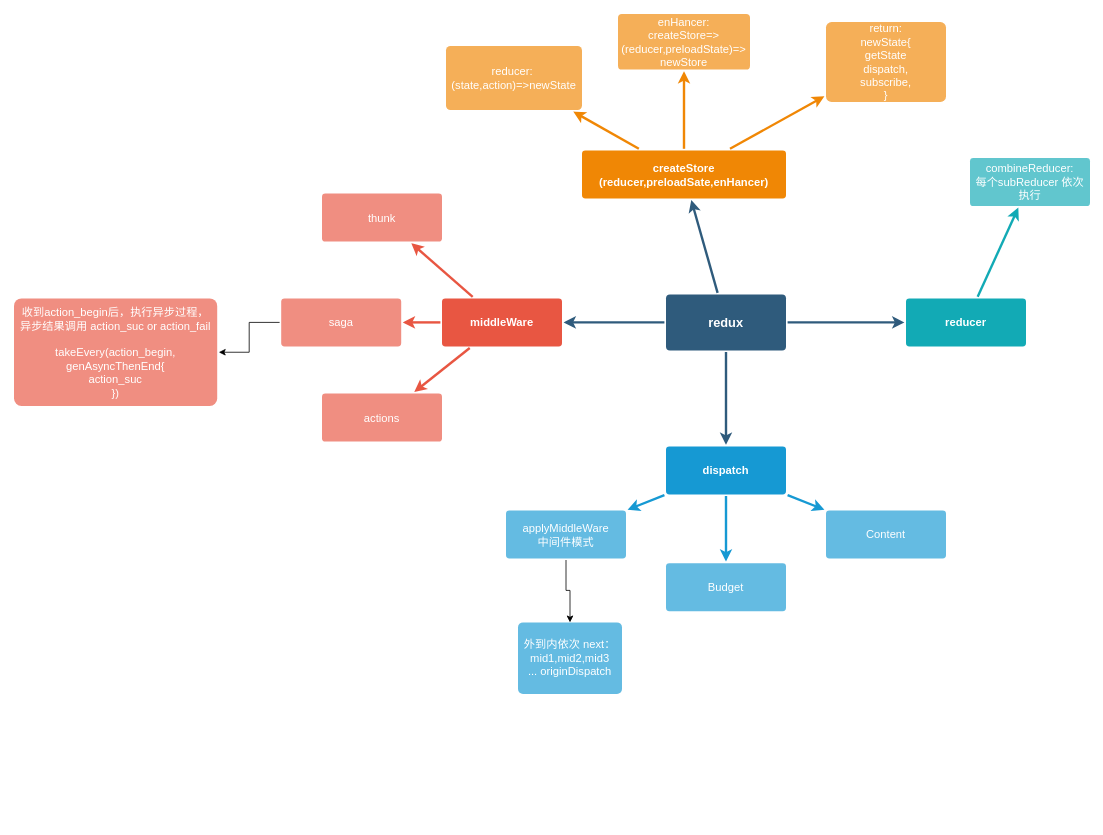
Above: draw.io/redux.drawio in lightnoway/scratch (draw.io), before the change. Source tidied: cells renumbered, new cells numbered last; positions are measured from the earlier drawing's top-left corner, leaving out a move shared by most shapes. Both pictures are drawn from the tidied source at 80%, with x=0, y=0 at pixel (14, 14).
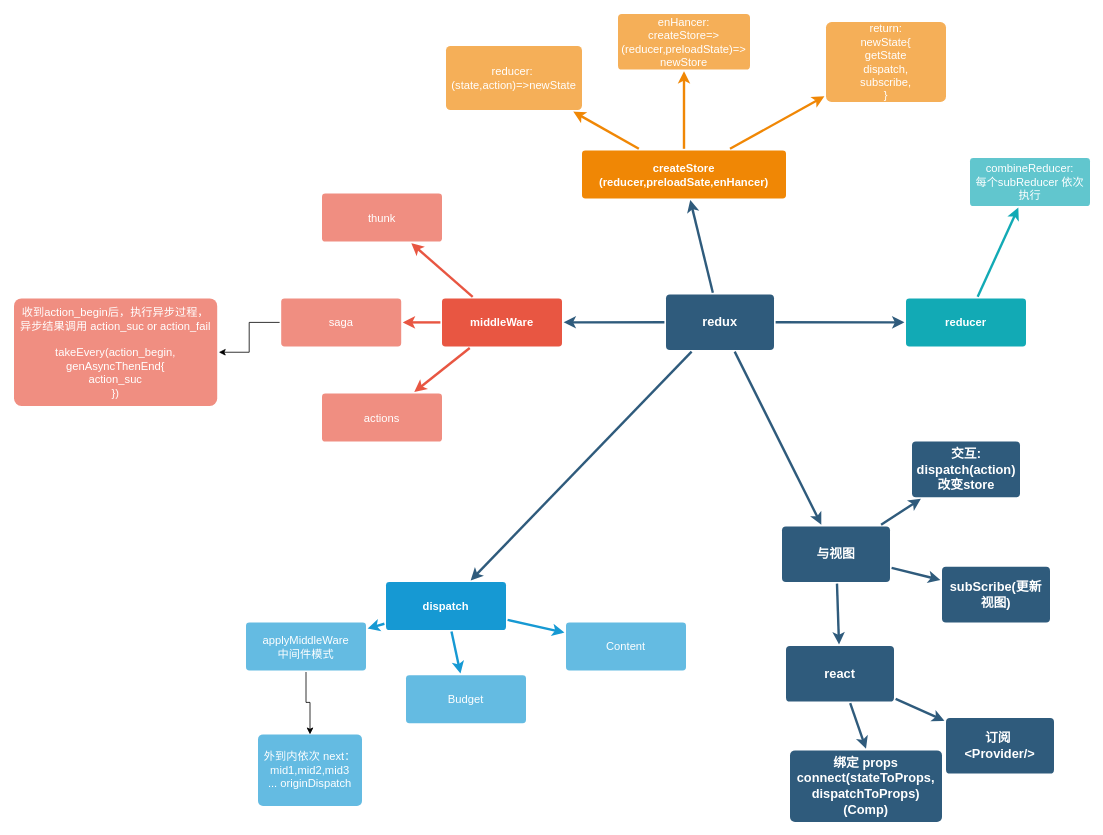
The same diagram, later.

Change to the diagram source:
```diff
@@
     <mxCell id="6" value="redux" style="rounded=1;whiteSpace=wrap;html=1;shadow=0;labelBackgroundColor=none;strokeColor=none;strokeWidth=3;fillColor=#2F5B7C;fontFamily=Helvetica;fontSize=16;fontColor=#FFFFFF;align=center;fontStyle=1;spacing=5;arcSize=7;perimeterSpacing=2;" parent="1" vertex="1">
-      <mxGeometry x="815" y="350.5" width="150" height="70" as="geometry" />
+      <mxGeometry x="815" y="350.5" width="135" height="69.5" as="geometry" />
     </mxCell>
@@
     <mxCell id="18" value="dispatch" style="rounded=1;whiteSpace=wrap;html=1;shadow=0;labelBackgroundColor=none;strokeColor=none;strokeWidth=3;fillColor=#1699d3;fontFamily=Helvetica;fontSize=14;fontColor=#FFFFFF;align=center;spacing=5;fontStyle=1;arcSize=7;perimeterSpacing=2;" parent="1" vertex="1">
-      <mxGeometry x="815" y="540.5" width="150" height="60" as="geometry" />
+      <mxGeometry x="465" y="710" width="150" height="60" as="geometry" />
     </mxCell>
     <mxCell id="19" value="Content" style="rounded=1;whiteSpace=wrap;html=1;shadow=0;labelBackgroundColor=none;strokeColor=none;strokeWidth=3;fillColor=#64bbe2;fontFamily=Helvetica;fontSize=14;fontColor=#FFFFFF;align=center;spacing=5;arcSize=7;perimeterSpacing=2;" parent="1" vertex="1">
-      <mxGeometry x="1015" y="620.5" width="150" height="60" as="geometry" />
+      <mxGeometry x="690" y="760.5" width="150" height="60" as="geometry" />
     </mxCell>
     <mxCell id="20" value="Budget" style="rounded=1;whiteSpace=wrap;html=1;shadow=0;labelBackgroundColor=none;strokeColor=none;strokeWidth=3;fillColor=#64bbe2;fontFamily=Helvetica;fontSize=14;fontColor=#FFFFFF;align=center;spacing=5;arcSize=7;perimeterSpacing=2;" parent="1" vertex="1">
-      <mxGeometry x="815" y="686.5" width="150" height="60" as="geometry" />
+      <mxGeometry x="490" y="826.5" width="150" height="60" as="geometry" />
     </mxCell>
@@
     <mxCell id="22" value="applyMiddleWare&lt;br&gt;中间件模式" style="rounded=1;whiteSpace=wrap;html=1;shadow=0;labelBackgroundColor=none;strokeColor=none;strokeWidth=3;fillColor=#64bbe2;fontFamily=Helvetica;fontSize=14;fontColor=#FFFFFF;align=center;spacing=5;arcSize=7;perimeterSpacing=2;" parent="1" vertex="1">
-      <mxGeometry x="615" y="620.5" width="150" height="60" as="geometry" />
+      <mxGeometry x="290" y="760.5" width="150" height="60" as="geometry" />
     </mxCell>
@@
     <mxCell id="33" value="外到内依次 next：mid1,mid2,mid3&lt;br&gt;... originDispatch" style="whiteSpace=wrap;html=1;rounded=1;shadow=0;fontSize=14;fontColor=#FFFFFF;strokeColor=none;strokeWidth=3;fillColor=#64bbe2;spacing=5;arcSize=7;" parent="1" vertex="1">
-      <mxGeometry x="630" y="760.5" width="130" height="89.5" as="geometry" />
+      <mxGeometry x="305" y="900.5" width="130" height="89.5" as="geometry" />
     </mxCell>
@@
+    <mxCell id="35" value="与视图" style="rounded=1;whiteSpace=wrap;html=1;shadow=0;labelBackgroundColor=none;strokeColor=none;strokeWidth=3;fillColor=#2F5B7C;fontFamily=Helvetica;fontSize=16;fontColor=#FFFFFF;align=center;fontStyle=1;spacing=5;arcSize=7;perimeterSpacing=2;" parent="1" vertex="1">
+      <mxGeometry x="960" y="640.5" width="135" height="69.5" as="geometry" />
+    </mxCell>
+    <mxCell id="36" style="edgeStyle=none;rounded=0;jumpStyle=none;html=1;shadow=0;labelBackgroundColor=none;startArrow=none;startFill=0;endArrow=classic;endFill=1;jettySize=auto;strokeColor=#2F5B7C;strokeWidth=3;fontFamily=Helvetica;fontSize=16;fontColor=#23445D;spacing=5;" parent="1" edge="1" source="6" target="35">
+      <mxGeometry relative="1" as="geometry" />
+    </mxCell>
+    <mxCell id="37" value="交互: dispatch(action)&lt;br&gt;改变store" style="rounded=1;whiteSpace=wrap;html=1;shadow=0;labelBackgroundColor=none;strokeColor=none;strokeWidth=3;fillColor=#2F5B7C;fontFamily=Helvetica;fontSize=16;fontColor=#FFFFFF;align=center;fontStyle=1;spacing=5;arcSize=7;perimeterSpacing=2;" parent="1" vertex="1">
+      <mxGeometry x="1122.5" y="534.5" width="135" height="69.5" as="geometry" />
+    </mxCell>
+    <mxCell id="38" value="subScribe(更新视图)" style="rounded=1;whiteSpace=wrap;html=1;shadow=0;labelBackgroundColor=none;strokeColor=none;strokeWidth=3;fillColor=#2F5B7C;fontFamily=Helvetica;fontSize=16;fontColor=#FFFFFF;align=center;fontStyle=1;spacing=5;arcSize=7;perimeterSpacing=2;" parent="1" vertex="1">
+      <mxGeometry x="1160" y="691" width="135" height="69.5" as="geometry" />
+    </mxCell>
+    <mxCell id="39" style="edgeStyle=none;rounded=0;jumpStyle=none;html=1;shadow=0;labelBackgroundColor=none;startArrow=none;startFill=0;endArrow=classic;endFill=1;jettySize=auto;strokeColor=#2F5B7C;strokeWidth=3;fontFamily=Helvetica;fontSize=16;fontColor=#23445D;spacing=5;entryX=0;entryY=0.25;entryDx=0;entryDy=0;" parent="1" edge="1" source="35" target="38">
+      <mxGeometry relative="1" as="geometry" />
+    </mxCell>
+    <mxCell id="40" style="edgeStyle=none;rounded=0;jumpStyle=none;html=1;shadow=0;labelBackgroundColor=none;startArrow=none;startFill=0;endArrow=classic;endFill=1;jettySize=auto;strokeColor=#2F5B7C;strokeWidth=3;fontFamily=Helvetica;fontSize=16;fontColor=#23445D;spacing=5;" parent="1" edge="1" source="35" target="37">
+      <mxGeometry relative="1" as="geometry" />
+    </mxCell>
+    <mxCell id="41" value="react" style="rounded=1;whiteSpace=wrap;html=1;shadow=0;labelBackgroundColor=none;strokeColor=none;strokeWidth=3;fillColor=#2F5B7C;fontFamily=Helvetica;fontSize=16;fontColor=#FFFFFF;align=center;fontStyle=1;spacing=5;arcSize=7;perimeterSpacing=2;" parent="1" vertex="1">
+      <mxGeometry x="965" y="790" width="135" height="69.5" as="geometry" />
+    </mxCell>
+    <mxCell id="42" style="edgeStyle=none;rounded=0;jumpStyle=none;html=1;shadow=0;labelBackgroundColor=none;startArrow=none;startFill=0;endArrow=classic;endFill=1;jettySize=auto;strokeColor=#2F5B7C;strokeWidth=3;fontFamily=Helvetica;fontSize=16;fontColor=#23445D;spacing=5;" parent="1" edge="1" source="35" target="41">
+      <mxGeometry relative="1" as="geometry" />
+    </mxCell>
+    <mxCell id="43" style="edgeStyle=none;rounded=0;jumpStyle=none;html=1;shadow=0;labelBackgroundColor=none;startArrow=none;startFill=0;endArrow=classic;endFill=1;jettySize=auto;strokeColor=#2F5B7C;strokeWidth=3;fontFamily=Helvetica;fontSize=16;fontColor=#23445D;spacing=5;" parent="1" edge="1" source="41" target="45">
+      <mxGeometry relative="1" as="geometry" />
+    </mxCell>
+    <mxCell id="44" value="绑定 props&lt;br&gt;connect(stateToProps,&lt;br&gt;dispatchToProps)(Comp)" style="rounded=1;whiteSpace=wrap;html=1;shadow=0;labelBackgroundColor=none;strokeColor=none;strokeWidth=3;fillColor=#2F5B7C;fontFamily=Helvetica;fontSize=16;fontColor=#FFFFFF;align=center;fontStyle=1;spacing=5;arcSize=7;perimeterSpacing=2;" parent="1" vertex="1">
+      <mxGeometry x="970" y="920.5" width="190" height="89.5" as="geometry" />
+    </mxCell>
+    <mxCell id="45" value="订阅&amp;nbsp;&lt;br&gt;&amp;lt;Provider/&amp;gt;" style="rounded=1;whiteSpace=wrap;html=1;shadow=0;labelBackgroundColor=none;strokeColor=none;strokeWidth=3;fillColor=#2F5B7C;fontFamily=Helvetica;fontSize=16;fontColor=#FFFFFF;align=center;fontStyle=1;spacing=5;arcSize=7;perimeterSpacing=2;" parent="1" vertex="1">
+      <mxGeometry x="1165" y="880" width="135" height="69.5" as="geometry" />
+    </mxCell>
+    <mxCell id="46" style="edgeStyle=none;rounded=0;jumpStyle=none;html=1;shadow=0;labelBackgroundColor=none;startArrow=none;startFill=0;endArrow=classic;endFill=1;jettySize=auto;strokeColor=#2F5B7C;strokeWidth=3;fontFamily=Helvetica;fontSize=16;fontColor=#23445D;spacing=5;entryX=0.5;entryY=0;entryDx=0;entryDy=0;" parent="1" edge="1" source="41" target="44">
+      <mxGeometry relative="1" as="geometry" />
+    </mxCell>
```
